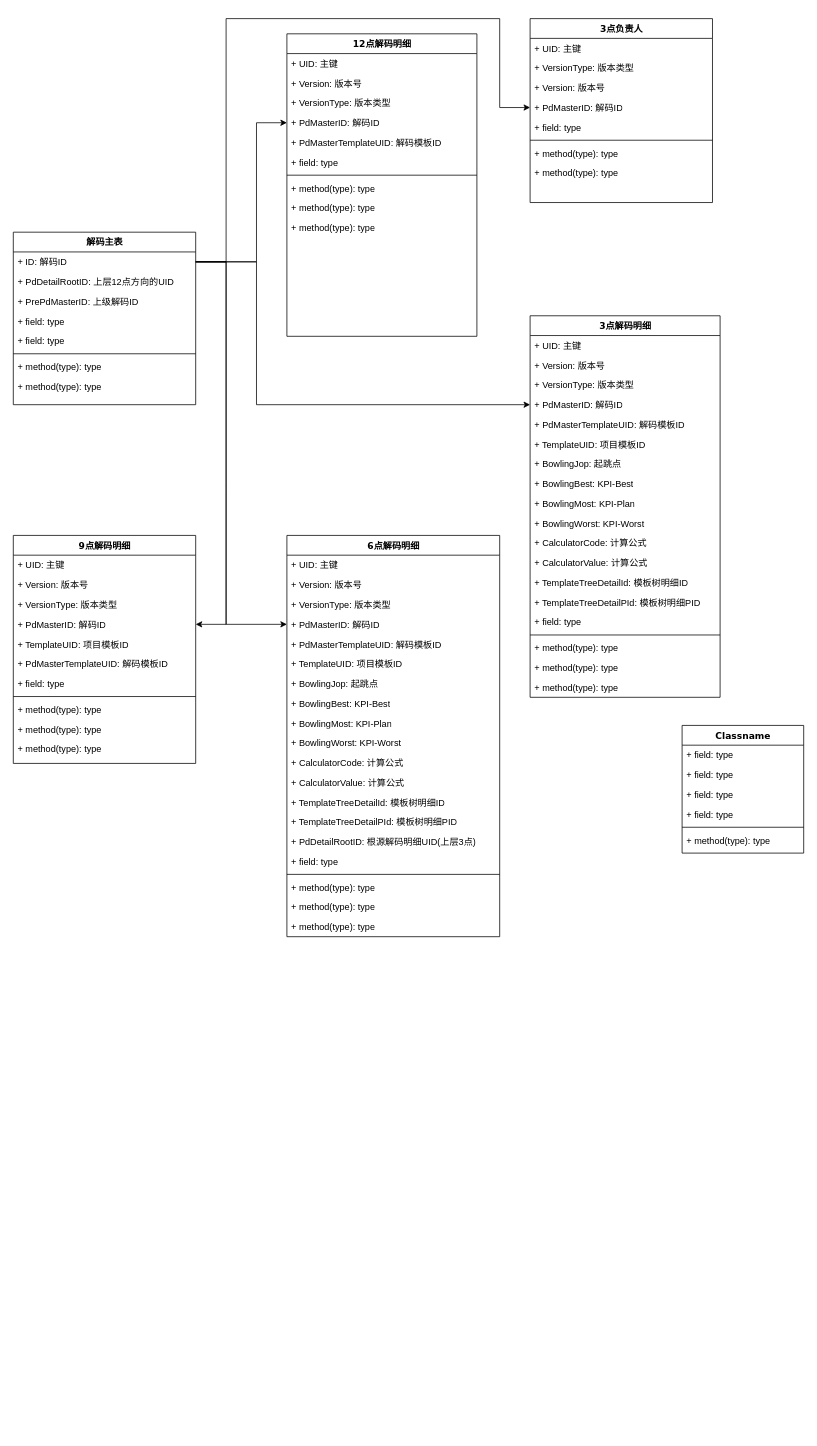
This is 未命名绘图.drawio from yunhaicaomei/drawio, a draw.io file, before an edit. Source tidied: cells renumbered, new cells numbered last; positions are measured from the earlier drawing's top-left corner, leaving out a move shared by most shapes. Both pictures are drawn from the tidied source at 76%, with x=0, y=0 at pixel (13, 18).
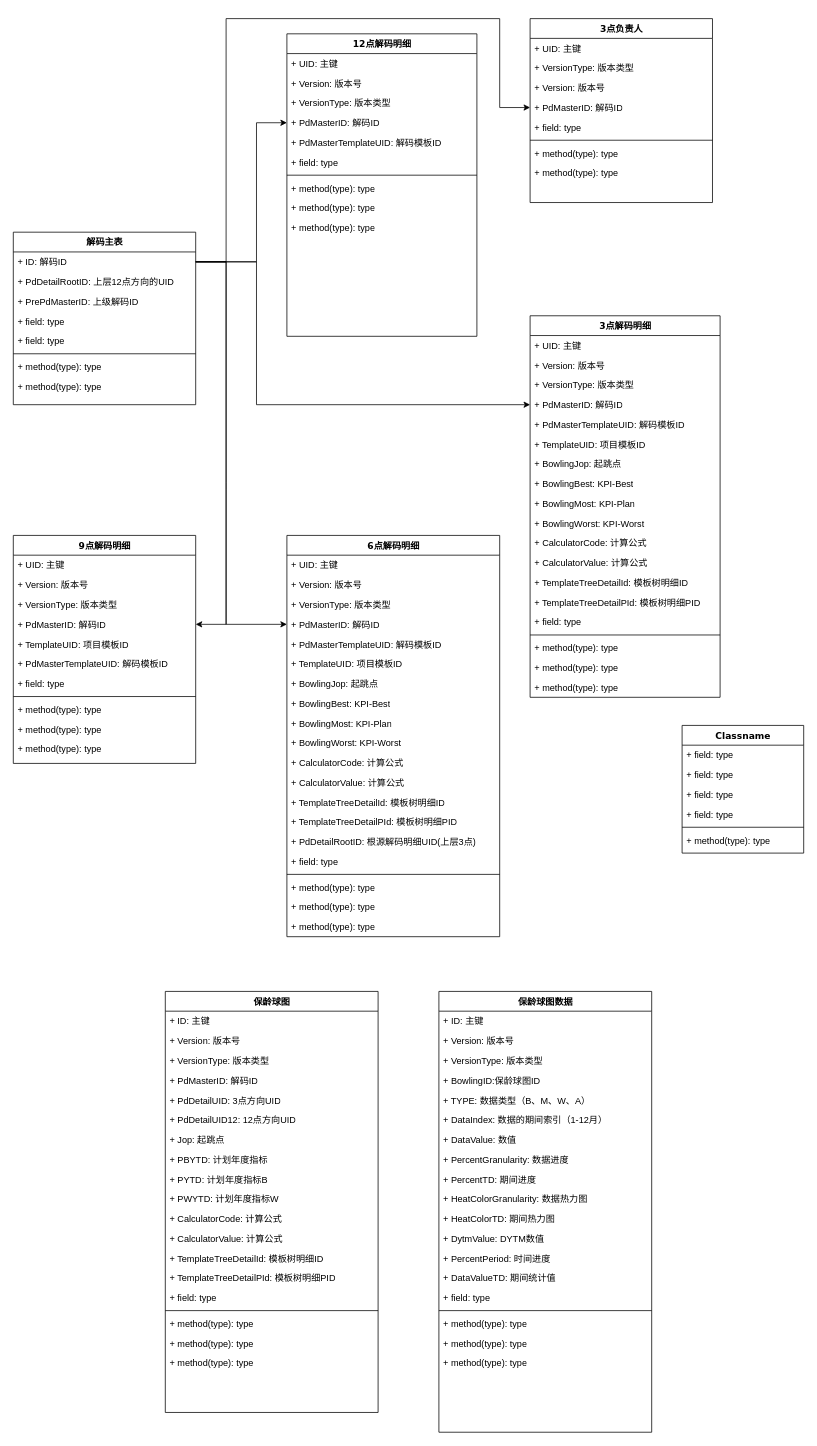
The same diagram, later.

Commit message (it also covers changes not shown here):
更新未命名绘图.drawio

The edit, as a diff of the source:
```diff
@@
+    <mxCell id="97" value="保龄球图" style="swimlane;html=1;fontStyle=1;align=center;verticalAlign=top;horizontal=1;startSize=26;swimlaneFillColor=#ffffff;rounded=0;shadow=0;comic=0;labelBackgroundColor=none;strokeWidth=1;fillColor=none;fontFamily=Verdana;fontSize=12;" parent="1" vertex="1">
+      <mxGeometry x="200" y="1280" width="280" height="554" as="geometry" />
+    </mxCell>
+    <mxCell id="98" value="+ ID: 主键" style="text;html=1;strokeColor=none;fillColor=none;align=left;verticalAlign=top;spacingLeft=4;spacingRight=4;whiteSpace=wrap;overflow=hidden;" parent="97" vertex="1">
+      <mxGeometry y="26" width="280" height="26" as="geometry" />
+    </mxCell>
+    <mxCell id="99" value="+ Version: 版本号" style="text;html=1;strokeColor=none;fillColor=none;align=left;verticalAlign=top;spacingLeft=4;spacingRight=4;whiteSpace=wrap;overflow=hidden;" parent="97" vertex="1">
+      <mxGeometry y="52" width="280" height="26" as="geometry" />
+    </mxCell>
+    <mxCell id="100" value="+ VersionType: 版本类型" style="text;html=1;strokeColor=none;fillColor=none;align=left;verticalAlign=top;spacingLeft=4;spacingRight=4;whiteSpace=wrap;overflow=hidden;" parent="97" vertex="1">
+      <mxGeometry y="78" width="280" height="26" as="geometry" />
+    </mxCell>
+    <mxCell id="101" value="+ PdMasterID: 解码ID" style="text;html=1;strokeColor=none;fillColor=none;align=left;verticalAlign=top;spacingLeft=4;spacingRight=4;whiteSpace=wrap;overflow=hidden;" parent="97" vertex="1">
+      <mxGeometry y="104" width="280" height="26" as="geometry" />
+    </mxCell>
+    <mxCell id="102" value="+ PdDetailUID: 3点方向UID" style="text;html=1;strokeColor=none;fillColor=none;align=left;verticalAlign=top;spacingLeft=4;spacingRight=4;whiteSpace=wrap;overflow=hidden;" parent="97" vertex="1">
+      <mxGeometry y="130" width="280" height="26" as="geometry" />
+    </mxCell>
+    <mxCell id="103" value="+ PdDetailUID12: 12点方向UID" style="text;html=1;strokeColor=none;fillColor=none;align=left;verticalAlign=top;spacingLeft=4;spacingRight=4;whiteSpace=wrap;overflow=hidden;" parent="97" vertex="1">
+      <mxGeometry y="156" width="280" height="26" as="geometry" />
+    </mxCell>
+    <mxCell id="104" value="+ Jop: 起跳点" style="text;html=1;strokeColor=none;fillColor=none;align=left;verticalAlign=top;spacingLeft=4;spacingRight=4;whiteSpace=wrap;overflow=hidden;" parent="97" vertex="1">
+      <mxGeometry y="182" width="280" height="26" as="geometry" />
+    </mxCell>
+    <mxCell id="105" value="+ PBYTD: 计划年度指标" style="text;html=1;strokeColor=none;fillColor=none;align=left;verticalAlign=top;spacingLeft=4;spacingRight=4;whiteSpace=wrap;overflow=hidden;" parent="97" vertex="1">
+      <mxGeometry y="208" width="280" height="26" as="geometry" />
+    </mxCell>
+    <mxCell id="106" value="+ PYTD: 计划年度指标B" style="text;html=1;strokeColor=none;fillColor=none;align=left;verticalAlign=top;spacingLeft=4;spacingRight=4;whiteSpace=wrap;overflow=hidden;" parent="97" vertex="1">
+      <mxGeometry y="234" width="280" height="26" as="geometry" />
+    </mxCell>
+    <mxCell id="107" value="+ PWYTD: 计划年度指标W" style="text;html=1;strokeColor=none;fillColor=none;align=left;verticalAlign=top;spacingLeft=4;spacingRight=4;whiteSpace=wrap;overflow=hidden;" parent="97" vertex="1">
+      <mxGeometry y="260" width="280" height="26" as="geometry" />
+    </mxCell>
+    <mxCell id="108" value="+ CalculatorCode: 计算公式" style="text;html=1;strokeColor=none;fillColor=none;align=left;verticalAlign=top;spacingLeft=4;spacingRight=4;whiteSpace=wrap;overflow=hidden;" parent="97" vertex="1">
+      <mxGeometry y="286" width="280" height="26" as="geometry" />
+    </mxCell>
+    <mxCell id="109" value="+ CalculatorValue: 计算公式" style="text;html=1;strokeColor=none;fillColor=none;align=left;verticalAlign=top;spacingLeft=4;spacingRight=4;whiteSpace=wrap;overflow=hidden;" parent="97" vertex="1">
+      <mxGeometry y="312" width="280" height="26" as="geometry" />
+    </mxCell>
+    <mxCell id="110" value="+ TemplateTreeDetailId: 模板树明细ID" style="text;html=1;strokeColor=none;fillColor=none;align=left;verticalAlign=top;spacingLeft=4;spacingRight=4;whiteSpace=wrap;overflow=hidden;" parent="97" vertex="1">
+      <mxGeometry y="338" width="280" height="26" as="geometry" />
+    </mxCell>
+    <mxCell id="111" value="+ TemplateTreeDetailPId: 模板树明细PID" style="text;html=1;strokeColor=none;fillColor=none;align=left;verticalAlign=top;spacingLeft=4;spacingRight=4;whiteSpace=wrap;overflow=hidden;" parent="97" vertex="1">
+      <mxGeometry y="364" width="280" height="26" as="geometry" />
+    </mxCell>
+    <mxCell id="112" value="+ field: type" style="text;html=1;strokeColor=none;fillColor=none;align=left;verticalAlign=top;spacingLeft=4;spacingRight=4;whiteSpace=wrap;overflow=hidden;" parent="97" vertex="1">
+      <mxGeometry y="390" width="280" height="26" as="geometry" />
+    </mxCell>
+    <mxCell id="113" style="line;html=1;strokeWidth=1;fillColor=none;align=left;verticalAlign=middle;spacingTop=-1;spacingLeft=3;spacingRight=3;labelPosition=right;" parent="97" vertex="1">
+      <mxGeometry y="416" width="280" height="8" as="geometry" />
+    </mxCell>
+    <mxCell id="114" value="+ method(type): type" style="text;html=1;strokeColor=none;fillColor=none;align=left;verticalAlign=top;spacingLeft=4;spacingRight=4;whiteSpace=wrap;overflow=hidden;" parent="97" vertex="1">
+      <mxGeometry y="424" width="280" height="26" as="geometry" />
+    </mxCell>
+    <mxCell id="115" value="+ method(type): type" style="text;html=1;strokeColor=none;fillColor=none;align=left;verticalAlign=top;spacingLeft=4;spacingRight=4;whiteSpace=wrap;overflow=hidden;" parent="97" vertex="1">
+      <mxGeometry y="450" width="280" height="26" as="geometry" />
+    </mxCell>
+    <mxCell id="116" value="+ method(type): type" style="text;html=1;strokeColor=none;fillColor=none;align=left;verticalAlign=top;spacingLeft=4;spacingRight=4;whiteSpace=wrap;overflow=hidden;" parent="97" vertex="1">
+      <mxGeometry y="476" width="280" height="26" as="geometry" />
+    </mxCell>
+    <mxCell id="117" value="保龄球图数据" style="swimlane;html=1;fontStyle=1;align=center;verticalAlign=top;horizontal=1;startSize=26;swimlaneFillColor=#ffffff;rounded=0;shadow=0;comic=0;labelBackgroundColor=none;strokeWidth=1;fillColor=none;fontFamily=Verdana;fontSize=12;" parent="1" vertex="1">
+      <mxGeometry x="560" y="1280" width="280" height="580" as="geometry" />
+    </mxCell>
+    <mxCell id="118" value="+ ID: 主键" style="text;html=1;strokeColor=none;fillColor=none;align=left;verticalAlign=top;spacingLeft=4;spacingRight=4;whiteSpace=wrap;overflow=hidden;" parent="117" vertex="1">
+      <mxGeometry y="26" width="280" height="26" as="geometry" />
+    </mxCell>
+    <mxCell id="119" value="+ Version: 版本号" style="text;html=1;strokeColor=none;fillColor=none;align=left;verticalAlign=top;spacingLeft=4;spacingRight=4;whiteSpace=wrap;overflow=hidden;" parent="117" vertex="1">
+      <mxGeometry y="52" width="280" height="26" as="geometry" />
+    </mxCell>
+    <mxCell id="120" value="+ VersionType: 版本类型" style="text;html=1;strokeColor=none;fillColor=none;align=left;verticalAlign=top;spacingLeft=4;spacingRight=4;whiteSpace=wrap;overflow=hidden;" parent="117" vertex="1">
+      <mxGeometry y="78" width="280" height="26" as="geometry" />
+    </mxCell>
+    <mxCell id="121" value="+ BowlingID:保龄球图ID" style="text;html=1;strokeColor=none;fillColor=none;align=left;verticalAlign=top;spacingLeft=4;spacingRight=4;whiteSpace=wrap;overflow=hidden;" parent="117" vertex="1">
+      <mxGeometry y="104" width="280" height="26" as="geometry" />
+    </mxCell>
+    <mxCell id="122" value="+ TYPE: 数据类型（B、M、W、A）" style="text;html=1;strokeColor=none;fillColor=none;align=left;verticalAlign=top;spacingLeft=4;spacingRight=4;whiteSpace=wrap;overflow=hidden;" parent="117" vertex="1">
+      <mxGeometry y="130" width="280" height="26" as="geometry" />
+    </mxCell>
+    <mxCell id="123" value="+ DataIndex: 数据的期间索引（1-12月）" style="text;html=1;strokeColor=none;fillColor=none;align=left;verticalAlign=top;spacingLeft=4;spacingRight=4;whiteSpace=wrap;overflow=hidden;" parent="117" vertex="1">
+      <mxGeometry y="156" width="280" height="26" as="geometry" />
+    </mxCell>
+    <mxCell id="124" value="+ DataValue: 数值" style="text;html=1;strokeColor=none;fillColor=none;align=left;verticalAlign=top;spacingLeft=4;spacingRight=4;whiteSpace=wrap;overflow=hidden;" parent="117" vertex="1">
+      <mxGeometry y="182" width="280" height="26" as="geometry" />
+    </mxCell>
+    <mxCell id="125" value="+ PercentGranularity: 数据进度" style="text;html=1;strokeColor=none;fillColor=none;align=left;verticalAlign=top;spacingLeft=4;spacingRight=4;whiteSpace=wrap;overflow=hidden;" parent="117" vertex="1">
+      <mxGeometry y="208" width="280" height="26" as="geometry" />
+    </mxCell>
+    <mxCell id="126" value="+ PercentTD: 期间进度" style="text;html=1;strokeColor=none;fillColor=none;align=left;verticalAlign=top;spacingLeft=4;spacingRight=4;whiteSpace=wrap;overflow=hidden;" parent="117" vertex="1">
+      <mxGeometry y="234" width="280" height="26" as="geometry" />
+    </mxCell>
+    <mxCell id="127" value="+ HeatColorGranularity: 数据热力图" style="text;html=1;strokeColor=none;fillColor=none;align=left;verticalAlign=top;spacingLeft=4;spacingRight=4;whiteSpace=wrap;overflow=hidden;" parent="117" vertex="1">
+      <mxGeometry y="260" width="280" height="26" as="geometry" />
+    </mxCell>
+    <mxCell id="128" value="+ HeatColorTD: 期间热力图" style="text;html=1;strokeColor=none;fillColor=none;align=left;verticalAlign=top;spacingLeft=4;spacingRight=4;whiteSpace=wrap;overflow=hidden;" parent="117" vertex="1">
+      <mxGeometry y="286" width="280" height="26" as="geometry" />
+    </mxCell>
+    <mxCell id="129" value="+ DytmValue:&amp;nbsp;DYTM数值" style="text;html=1;strokeColor=none;fillColor=none;align=left;verticalAlign=top;spacingLeft=4;spacingRight=4;whiteSpace=wrap;overflow=hidden;" parent="117" vertex="1">
+      <mxGeometry y="312" width="280" height="26" as="geometry" />
+    </mxCell>
+    <mxCell id="130" value="+ PercentPeriod: 时间进度" style="text;html=1;strokeColor=none;fillColor=none;align=left;verticalAlign=top;spacingLeft=4;spacingRight=4;whiteSpace=wrap;overflow=hidden;" parent="117" vertex="1">
+      <mxGeometry y="338" width="280" height="26" as="geometry" />
+    </mxCell>
+    <mxCell id="131" value="+ DataValueTD: 期间统计值" style="text;html=1;strokeColor=none;fillColor=none;align=left;verticalAlign=top;spacingLeft=4;spacingRight=4;whiteSpace=wrap;overflow=hidden;" parent="117" vertex="1">
+      <mxGeometry y="364" width="280" height="26" as="geometry" />
+    </mxCell>
+    <mxCell id="132" value="+ field: type" style="text;html=1;strokeColor=none;fillColor=none;align=left;verticalAlign=top;spacingLeft=4;spacingRight=4;whiteSpace=wrap;overflow=hidden;" parent="117" vertex="1">
+      <mxGeometry y="390" width="280" height="26" as="geometry" />
+    </mxCell>
+    <mxCell id="133" style="line;html=1;strokeWidth=1;fillColor=none;align=left;verticalAlign=middle;spacingTop=-1;spacingLeft=3;spacingRight=3;labelPosition=right;" parent="117" vertex="1">
+      <mxGeometry y="416" width="280" height="8" as="geometry" />
+    </mxCell>
+    <mxCell id="134" value="+ method(type): type" style="text;html=1;strokeColor=none;fillColor=none;align=left;verticalAlign=top;spacingLeft=4;spacingRight=4;whiteSpace=wrap;overflow=hidden;" parent="117" vertex="1">
+      <mxGeometry y="424" width="280" height="26" as="geometry" />
+    </mxCell>
+    <mxCell id="135" value="+ method(type): type" style="text;html=1;strokeColor=none;fillColor=none;align=left;verticalAlign=top;spacingLeft=4;spacingRight=4;whiteSpace=wrap;overflow=hidden;" parent="117" vertex="1">
+      <mxGeometry y="450" width="280" height="26" as="geometry" />
+    </mxCell>
+    <mxCell id="136" value="+ method(type): type" style="text;html=1;strokeColor=none;fillColor=none;align=left;verticalAlign=top;spacingLeft=4;spacingRight=4;whiteSpace=wrap;overflow=hidden;" parent="117" vertex="1">
+      <mxGeometry y="476" width="280" height="26" as="geometry" />
+    </mxCell>
```
